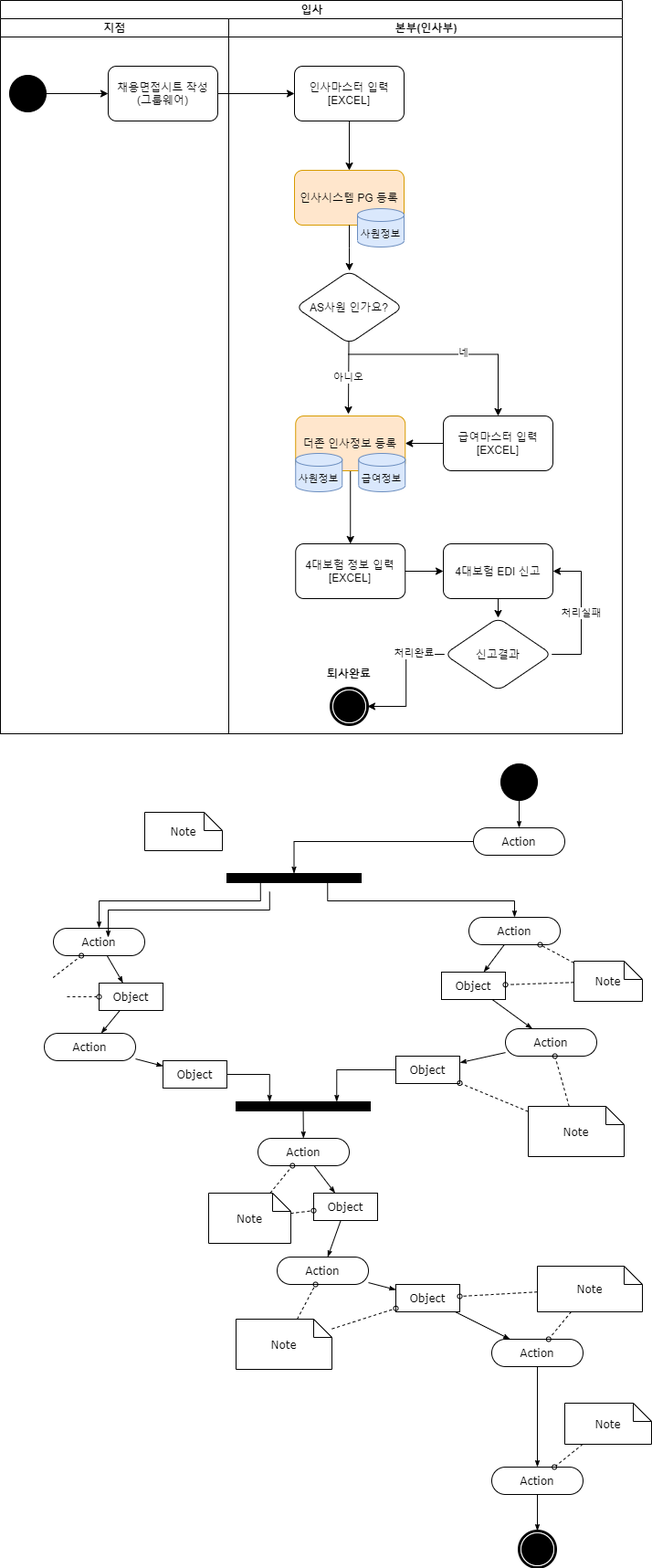
seunggeunjo/Flow-Chart keeps this draw.io diagram as Insa_JoinResignation.drawio.png. Above is the earlier version. Source tidied: cells renumbered, new cells last; positions are measured from the earlier drawing's top-left corner, leaving out a move shared by most shapes.
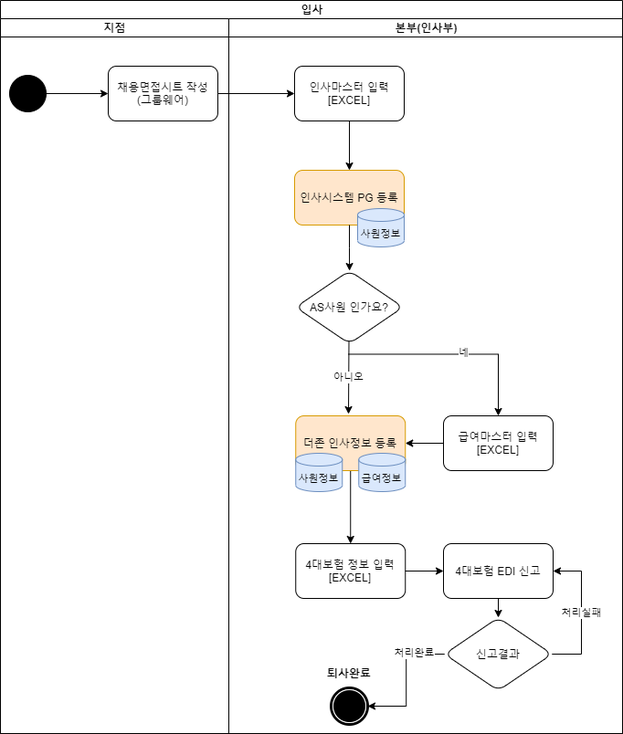
Above is the later version.

Change to the diagram source:
```diff
@@ -107,208 +107,6 @@
     <mxCell id="31" style="edgeStyle=orthogonalEdgeStyle;rounded=0;jettySize=auto;html=1;" parent="2" edge="1" source="4" target="6">
       <mxGeometry relative="1" as="geometry" />
     </mxCell>
-    <mxCell id="32" style="edgeStyle=none;rounded=0;html=1;labelBackgroundColor=none;startArrow=none;startFill=0;startSize=5;endArrow=classicThin;endFill=1;endSize=5;jettySize=auto;strokeWidth=1;fontFamily=Verdana;fontSize=12;" parent="1" edge="1" source="33" target="36">
-      <mxGeometry relative="1" as="geometry" />
-    </mxCell>
-    <mxCell id="33" value="Action" style="rounded=1;whiteSpace=wrap;html=1;shadow=0;comic=0;labelBackgroundColor=none;strokeWidth=1;fontFamily=Verdana;fontSize=12;align=center;arcSize=50;" parent="1" vertex="1">
-      <mxGeometry x="58" y="1016" width="100" height="30" as="geometry" />
-    </mxCell>
-    <mxCell id="34" value="Action" style="rounded=1;whiteSpace=wrap;html=1;shadow=0;comic=0;labelBackgroundColor=none;strokeWidth=1;fontFamily=Verdana;fontSize=12;align=center;arcSize=50;" parent="1" vertex="1">
-      <mxGeometry x="48" y="1131" width="100" height="30" as="geometry" />
-    </mxCell>
-    <mxCell id="35" style="edgeStyle=none;rounded=0;html=1;labelBackgroundColor=none;startArrow=none;startFill=0;startSize=5;endArrow=classicThin;endFill=1;endSize=5;jettySize=auto;strokeWidth=1;fontFamily=Verdana;fontSize=12;" parent="1" edge="1" source="36" target="34">
-      <mxGeometry relative="1" as="geometry" />
-    </mxCell>
-    <mxCell id="36" value="Object" style="rounded=0;whiteSpace=wrap;html=1;shadow=0;comic=0;labelBackgroundColor=none;strokeWidth=1;fontFamily=Verdana;fontSize=12;align=center;arcSize=50;" parent="1" vertex="1">
-      <mxGeometry x="108" y="1076" width="70" height="30" as="geometry" />
-    </mxCell>
-    <mxCell id="37" style="edgeStyle=none;rounded=0;html=1;labelBackgroundColor=none;startArrow=none;startFill=0;startSize=5;endArrow=oval;endFill=0;endSize=5;jettySize=auto;strokeWidth=1;fontFamily=Verdana;fontSize=12;dashed=1;" parent="1" edge="1" target="33">
-      <mxGeometry relative="1" as="geometry">
-        <mxPoint x="57.6" y="1070" as="sourcePoint" />
-      </mxGeometry>
-    </mxCell>
-    <mxCell id="38" style="edgeStyle=none;rounded=0;html=1;dashed=1;labelBackgroundColor=none;startArrow=none;startFill=0;startSize=5;endArrow=oval;endFill=0;endSize=5;jettySize=auto;strokeWidth=1;fontFamily=Verdana;fontSize=12;" parent="1" edge="1" target="36">
-      <mxGeometry relative="1" as="geometry">
-        <mxPoint x="73" y="1091" as="sourcePoint" />
-      </mxGeometry>
-    </mxCell>
-    <mxCell id="39" style="whiteSpace=wrap;html=1;rounded=0;shadow=0;comic=0;labelBackgroundColor=none;strokeWidth=1;fillColor=#000000;fontFamily=Verdana;fontSize=12;align=center;rotation=0;" parent="1" vertex="1">
-      <mxGeometry x="248" y="956" width="147" height="10" as="geometry" />
-    </mxCell>
-    <mxCell id="40" style="edgeStyle=none;rounded=0;html=1;labelBackgroundColor=none;startArrow=none;startFill=0;startSize=5;endArrow=classicThin;endFill=1;endSize=5;jettySize=auto;strokeWidth=1;fontFamily=Verdana;fontSize=12;" parent="1" edge="1" source="41" target="47">
-      <mxGeometry relative="1" as="geometry" />
-    </mxCell>
-    <mxCell id="41" value="Action" style="rounded=1;whiteSpace=wrap;html=1;shadow=0;comic=0;labelBackgroundColor=none;strokeWidth=1;fontFamily=Verdana;fontSize=12;align=center;arcSize=50;" parent="1" vertex="1">
-      <mxGeometry x="282" y="1246" width="100" height="30" as="geometry" />
-    </mxCell>
-    <mxCell id="42" style="edgeStyle=none;rounded=0;html=1;labelBackgroundColor=none;startArrow=none;startFill=0;startSize=5;endArrow=classicThin;endFill=1;endSize=5;jettySize=auto;strokeWidth=1;fontFamily=Verdana;fontSize=12;" parent="1" edge="1" source="43" target="41">
-      <mxGeometry relative="1" as="geometry" />
-    </mxCell>
-    <mxCell id="43" style="whiteSpace=wrap;html=1;rounded=0;shadow=0;comic=0;labelBackgroundColor=none;strokeWidth=1;fillColor=#000000;fontFamily=Verdana;fontSize=12;align=center;rotation=0;" parent="1" vertex="1">
-      <mxGeometry x="258" y="1206" width="147" height="10" as="geometry" />
-    </mxCell>
-    <mxCell id="44" style="edgeStyle=orthogonalEdgeStyle;rounded=0;html=1;entryX=0.25;entryY=0;labelBackgroundColor=none;startArrow=none;startFill=0;startSize=5;endArrow=classicThin;endFill=1;endSize=5;jettySize=auto;strokeWidth=1;fontFamily=Verdana;fontSize=12;" parent="1" edge="1" source="45" target="43">
-      <mxGeometry relative="1" as="geometry" />
-    </mxCell>
-    <mxCell id="45" value="Object" style="rounded=0;whiteSpace=wrap;html=1;shadow=0;comic=0;labelBackgroundColor=none;strokeWidth=1;fontFamily=Verdana;fontSize=12;align=center;arcSize=50;" parent="1" vertex="1">
-      <mxGeometry x="178" y="1161" width="70" height="30" as="geometry" />
-    </mxCell>
-    <mxCell id="46" style="edgeStyle=none;rounded=0;html=1;labelBackgroundColor=none;startArrow=none;startFill=0;startSize=5;endArrow=classicThin;endFill=1;endSize=5;jettySize=auto;strokeWidth=1;fontFamily=Verdana;fontSize=12;" parent="1" edge="1" source="47" target="48">
-      <mxGeometry relative="1" as="geometry" />
-    </mxCell>
-    <mxCell id="47" value="Object" style="rounded=0;whiteSpace=wrap;html=1;shadow=0;comic=0;labelBackgroundColor=none;strokeWidth=1;fontFamily=Verdana;fontSize=12;align=center;arcSize=50;" parent="1" vertex="1">
-      <mxGeometry x="343" y="1306" width="70" height="30" as="geometry" />
-    </mxCell>
-    <mxCell id="48" value="Action" style="rounded=1;whiteSpace=wrap;html=1;shadow=0;comic=0;labelBackgroundColor=none;strokeWidth=1;fontFamily=Verdana;fontSize=12;align=center;arcSize=50;" parent="1" vertex="1">
-      <mxGeometry x="303" y="1376" width="100" height="30" as="geometry" />
-    </mxCell>
-    <mxCell id="49" style="edgeStyle=none;rounded=0;html=1;dashed=1;labelBackgroundColor=none;startArrow=none;startFill=0;startSize=5;endArrow=oval;endFill=0;endSize=5;jettySize=auto;strokeWidth=1;fontFamily=Verdana;fontSize=12;" parent="1" edge="1" source="51" target="41">
-      <mxGeometry relative="1" as="geometry" />
-    </mxCell>
-    <mxCell id="50" style="edgeStyle=none;rounded=0;html=1;dashed=1;labelBackgroundColor=none;startArrow=none;startFill=0;startSize=5;endArrow=oval;endFill=0;endSize=5;jettySize=auto;strokeWidth=1;fontFamily=Verdana;fontSize=12;" parent="1" edge="1" source="51" target="47">
-      <mxGeometry relative="1" as="geometry" />
-    </mxCell>
-    <mxCell id="51" value="Note" style="shape=note;whiteSpace=wrap;html=1;rounded=0;shadow=0;comic=0;labelBackgroundColor=none;strokeWidth=1;fontFamily=Verdana;fontSize=12;align=center;size=20;" parent="1" vertex="1">
-      <mxGeometry x="228" y="1306" width="90" height="55" as="geometry" />
-    </mxCell>
-    <mxCell id="52" style="edgeStyle=none;rounded=0;html=1;dashed=1;labelBackgroundColor=none;startArrow=none;startFill=0;startSize=5;endArrow=oval;endFill=0;endSize=5;jettySize=auto;strokeWidth=1;fontFamily=Verdana;fontSize=12;" parent="1" edge="1" source="53" target="48">
-      <mxGeometry relative="1" as="geometry" />
-    </mxCell>
-    <mxCell id="53" value="Note" style="shape=note;whiteSpace=wrap;html=1;rounded=0;shadow=0;comic=0;labelBackgroundColor=none;strokeWidth=1;fontFamily=Verdana;fontSize=12;align=center;size=20;" parent="1" vertex="1">
-      <mxGeometry x="258" y="1444" width="105" height="55" as="geometry" />
-    </mxCell>
-    <mxCell id="54" style="edgeStyle=orthogonalEdgeStyle;rounded=0;html=1;labelBackgroundColor=none;startArrow=none;startFill=0;startSize=5;endArrow=classicThin;endFill=1;endSize=5;jettySize=auto;strokeWidth=1;fontFamily=Verdana;fontSize=12;" parent="1" edge="1" source="55" target="56">
-      <mxGeometry relative="1" as="geometry" />
-    </mxCell>
-    <mxCell id="55" style="ellipse;whiteSpace=wrap;html=1;rounded=0;shadow=0;comic=0;labelBackgroundColor=none;strokeWidth=1;fillColor=#000000;fontFamily=Verdana;fontSize=12;align=center;" parent="1" vertex="1">
-      <mxGeometry x="548" y="836" width="40" height="40" as="geometry" />
-    </mxCell>
-    <mxCell id="56" value="Action" style="rounded=1;whiteSpace=wrap;html=1;shadow=0;comic=0;labelBackgroundColor=none;strokeWidth=1;fontFamily=Verdana;fontSize=12;align=center;arcSize=50;" parent="1" vertex="1">
-      <mxGeometry x="518" y="906" width="100" height="30" as="geometry" />
-    </mxCell>
-    <mxCell id="57" style="rounded=0;html=1;labelBackgroundColor=none;startArrow=none;startFill=0;startSize=5;endArrow=classicThin;endFill=1;endSize=5;jettySize=auto;strokeWidth=1;fontFamily=Verdana;fontSize=12;" parent="1" edge="1" source="58" target="62">
-      <mxGeometry relative="1" as="geometry" />
-    </mxCell>
-    <mxCell id="58" value="Action" style="rounded=1;whiteSpace=wrap;html=1;shadow=0;comic=0;labelBackgroundColor=none;strokeWidth=1;fontFamily=Verdana;fontSize=12;align=center;arcSize=50;" parent="1" vertex="1">
-      <mxGeometry x="513" y="1004" width="100" height="30" as="geometry" />
-    </mxCell>
-    <mxCell id="59" style="edgeStyle=none;rounded=0;html=1;labelBackgroundColor=none;startArrow=none;startFill=0;startSize=5;endArrow=classicThin;endFill=1;endSize=5;jettySize=auto;strokeWidth=1;fontFamily=Verdana;fontSize=12;" parent="1" edge="1" source="60" target="63">
-      <mxGeometry relative="1" as="geometry" />
-    </mxCell>
-    <mxCell id="60" value="Action" style="rounded=1;whiteSpace=wrap;html=1;shadow=0;comic=0;labelBackgroundColor=none;strokeWidth=1;fontFamily=Verdana;fontSize=12;align=center;arcSize=50;" parent="1" vertex="1">
-      <mxGeometry x="553" y="1126" width="100" height="30" as="geometry" />
-    </mxCell>
-    <mxCell id="61" style="edgeStyle=none;rounded=0;html=1;labelBackgroundColor=none;startArrow=none;startFill=0;startSize=5;endArrow=classicThin;endFill=1;endSize=5;jettySize=auto;strokeWidth=1;fontFamily=Verdana;fontSize=12;" parent="1" edge="1" source="62" target="60">
-      <mxGeometry relative="1" as="geometry" />
-    </mxCell>
-    <mxCell id="62" value="Object" style="rounded=0;whiteSpace=wrap;html=1;shadow=0;comic=0;labelBackgroundColor=none;strokeWidth=1;fontFamily=Verdana;fontSize=12;align=center;arcSize=50;" parent="1" vertex="1">
-      <mxGeometry x="483" y="1064" width="70" height="30" as="geometry" />
-    </mxCell>
-    <mxCell id="63" value="Object" style="rounded=0;whiteSpace=wrap;html=1;shadow=0;comic=0;labelBackgroundColor=none;strokeWidth=1;fontFamily=Verdana;fontSize=12;align=center;arcSize=50;" parent="1" vertex="1">
-      <mxGeometry x="433" y="1156" width="70" height="30" as="geometry" />
-    </mxCell>
-    <mxCell id="64" style="edgeStyle=none;rounded=0;html=1;labelBackgroundColor=none;startArrow=none;startFill=0;startSize=5;endArrow=classicThin;endFill=1;endSize=5;jettySize=auto;strokeWidth=1;fontFamily=Verdana;fontSize=12;" parent="1" edge="1" source="65" target="67">
-      <mxGeometry relative="1" as="geometry" />
-    </mxCell>
-    <mxCell id="65" value="Object" style="rounded=0;whiteSpace=wrap;html=1;shadow=0;comic=0;labelBackgroundColor=none;strokeWidth=1;fontFamily=Verdana;fontSize=12;align=center;arcSize=50;" parent="1" vertex="1">
-      <mxGeometry x="433" y="1406" width="70" height="30" as="geometry" />
-    </mxCell>
-    <mxCell id="66" style="edgeStyle=none;rounded=0;html=1;labelBackgroundColor=none;startArrow=none;startFill=0;startSize=5;endArrow=classicThin;endFill=1;endSize=5;jettySize=auto;strokeWidth=1;fontFamily=Verdana;fontSize=12;" parent="1" edge="1" source="67" target="69">
-      <mxGeometry relative="1" as="geometry" />
-    </mxCell>
-    <mxCell id="67" value="Action" style="rounded=1;whiteSpace=wrap;html=1;shadow=0;comic=0;labelBackgroundColor=none;strokeWidth=1;fontFamily=Verdana;fontSize=12;align=center;arcSize=50;" parent="1" vertex="1">
-      <mxGeometry x="538" y="1466" width="100" height="30" as="geometry" />
-    </mxCell>
-    <mxCell id="68" style="edgeStyle=none;rounded=0;html=1;labelBackgroundColor=none;startArrow=none;startFill=0;startSize=5;endArrow=classicThin;endFill=1;endSize=5;jettySize=auto;strokeWidth=1;fontFamily=Verdana;fontSize=12;" parent="1" edge="1" source="69" target="70">
-      <mxGeometry relative="1" as="geometry" />
-    </mxCell>
-    <mxCell id="69" value="Action" style="rounded=1;whiteSpace=wrap;html=1;shadow=0;comic=0;labelBackgroundColor=none;strokeWidth=1;fontFamily=Verdana;fontSize=12;align=center;arcSize=50;" parent="1" vertex="1">
-      <mxGeometry x="538" y="1606" width="100" height="30" as="geometry" />
-    </mxCell>
-    <mxCell id="70" style="shape=mxgraph.bpmn.shape;html=1;verticalLabelPosition=bottom;labelBackgroundColor=#ffffff;verticalAlign=top;perimeter=ellipsePerimeter;outline=end;symbol=terminate;rounded=0;shadow=0;comic=0;strokeWidth=1;fontFamily=Verdana;fontSize=12;align=center;" parent="1" vertex="1">
-      <mxGeometry x="568" y="1676" width="40" height="40" as="geometry" />
-    </mxCell>
-    <mxCell id="71" style="edgeStyle=none;rounded=0;html=1;dashed=1;labelBackgroundColor=none;startArrow=none;startFill=0;startSize=5;endArrow=oval;endFill=0;endSize=5;jettySize=auto;strokeWidth=1;fontFamily=Verdana;fontSize=12;" parent="1" edge="1" source="73" target="58">
-      <mxGeometry relative="1" as="geometry" />
-    </mxCell>
-    <mxCell id="72" style="edgeStyle=none;rounded=0;html=1;dashed=1;labelBackgroundColor=none;startArrow=none;startFill=0;startSize=5;endArrow=oval;endFill=0;endSize=5;jettySize=auto;strokeWidth=1;fontFamily=Verdana;fontSize=12;" parent="1" edge="1" source="73" target="62">
-      <mxGeometry relative="1" as="geometry" />
-    </mxCell>
-    <mxCell id="73" value="Note" style="shape=note;whiteSpace=wrap;html=1;rounded=0;shadow=0;comic=0;labelBackgroundColor=none;strokeWidth=1;fontFamily=Verdana;fontSize=12;align=center;size=20;" parent="1" vertex="1">
-      <mxGeometry x="628" y="1052" width="75" height="44" as="geometry" />
-    </mxCell>
-    <mxCell id="74" style="edgeStyle=none;rounded=0;html=1;dashed=1;labelBackgroundColor=none;startArrow=none;startFill=0;startSize=5;endArrow=oval;endFill=0;endSize=5;jettySize=auto;strokeWidth=1;fontFamily=Verdana;fontSize=12;" parent="1" edge="1" source="76" target="60">
-      <mxGeometry relative="1" as="geometry" />
-    </mxCell>
-    <mxCell id="75" style="edgeStyle=none;rounded=0;html=1;dashed=1;labelBackgroundColor=none;startArrow=none;startFill=0;startSize=5;endArrow=oval;endFill=0;endSize=5;jettySize=auto;strokeWidth=1;fontFamily=Verdana;fontSize=12;" parent="1" edge="1" source="76" target="63">
-      <mxGeometry relative="1" as="geometry" />
-    </mxCell>
-    <mxCell id="76" value="Note" style="shape=note;whiteSpace=wrap;html=1;rounded=0;shadow=0;comic=0;labelBackgroundColor=none;strokeWidth=1;fontFamily=Verdana;fontSize=12;align=center;size=20;" parent="1" vertex="1">
-      <mxGeometry x="578" y="1211" width="105" height="55" as="geometry" />
-    </mxCell>
-    <mxCell id="77" style="edgeStyle=none;rounded=0;html=1;dashed=1;labelBackgroundColor=none;startArrow=none;startFill=0;startSize=5;endArrow=oval;endFill=0;endSize=5;jettySize=auto;strokeWidth=1;fontFamily=Verdana;fontSize=12;" parent="1" edge="1" source="79" target="67">
-      <mxGeometry relative="1" as="geometry" />
-    </mxCell>
-    <mxCell id="78" style="edgeStyle=none;rounded=0;html=1;dashed=1;labelBackgroundColor=none;startArrow=none;startFill=0;startSize=5;endArrow=oval;endFill=0;endSize=5;jettySize=auto;strokeWidth=1;fontFamily=Verdana;fontSize=12;" parent="1" edge="1" source="79" target="65">
-      <mxGeometry relative="1" as="geometry" />
-    </mxCell>
-    <mxCell id="79" value="Note" style="shape=note;whiteSpace=wrap;html=1;rounded=0;shadow=0;comic=0;labelBackgroundColor=none;strokeWidth=1;fontFamily=Verdana;fontSize=12;align=center;size=20;" parent="1" vertex="1">
-      <mxGeometry x="588" y="1386" width="115" height="50" as="geometry" />
-    </mxCell>
-    <mxCell id="80" style="edgeStyle=none;rounded=0;html=1;dashed=1;labelBackgroundColor=none;startArrow=none;startFill=0;startSize=5;endArrow=oval;endFill=0;endSize=5;jettySize=auto;strokeWidth=1;fontFamily=Verdana;fontSize=12;" parent="1" edge="1" source="81" target="69">
-      <mxGeometry relative="1" as="geometry" />
-    </mxCell>
-    <mxCell id="81" value="Note" style="shape=note;whiteSpace=wrap;html=1;rounded=0;shadow=0;comic=0;labelBackgroundColor=none;strokeWidth=1;fontFamily=Verdana;fontSize=12;align=center;size=20;" parent="1" vertex="1">
-      <mxGeometry x="618" y="1536" width="95" height="45" as="geometry" />
-    </mxCell>
-    <mxCell id="82" style="edgeStyle=orthogonalEdgeStyle;rounded=0;html=1;entryX=0.5;entryY=0;labelBackgroundColor=none;startArrow=none;startFill=0;startSize=5;endArrow=classicThin;endFill=1;endSize=5;jettySize=auto;strokeWidth=1;fontFamily=Verdana;fontSize=12;" parent="1" edge="1" source="56" target="39">
-      <mxGeometry relative="1" as="geometry">
-        <Array as="points">
-          <mxPoint x="322" y="921" />
-        </Array>
-      </mxGeometry>
-    </mxCell>
-    <mxCell id="83" style="edgeStyle=orthogonalEdgeStyle;rounded=0;html=1;exitX=0.75;exitY=1;labelBackgroundColor=none;startArrow=none;startFill=0;startSize=5;endArrow=classicThin;endFill=1;endSize=5;jettySize=auto;strokeWidth=1;fontFamily=Verdana;fontSize=12;" parent="1" edge="1" source="39" target="58">
-      <mxGeometry relative="1" as="geometry">
-        <Array as="points">
-          <mxPoint x="358" y="986" />
-          <mxPoint x="563" y="986" />
-        </Array>
-      </mxGeometry>
-    </mxCell>
-    <mxCell id="84" style="edgeStyle=orthogonalEdgeStyle;rounded=0;html=1;exitX=0.25;exitY=1;entryX=0.5;entryY=0;labelBackgroundColor=none;startArrow=none;startFill=0;startSize=5;endArrow=classicThin;endFill=1;endSize=5;jettySize=auto;strokeWidth=1;fontFamily=Verdana;fontSize=12;" parent="1" edge="1" source="39" target="33">
-      <mxGeometry relative="1" as="geometry">
-        <Array as="points">
-          <mxPoint x="285" y="986" />
-          <mxPoint x="108" y="986" />
-        </Array>
-      </mxGeometry>
-    </mxCell>
-    <mxCell id="85" style="edgeStyle=orthogonalEdgeStyle;rounded=0;html=1;entryX=0.75;entryY=0;labelBackgroundColor=none;startArrow=none;startFill=0;startSize=5;endArrow=classicThin;endFill=1;endSize=5;jettySize=auto;strokeWidth=1;fontFamily=Verdana;fontSize=12;" parent="1" edge="1" source="63" target="43">
-      <mxGeometry relative="1" as="geometry" />
-    </mxCell>
-    <mxCell id="86" style="edgeStyle=none;rounded=0;html=1;labelBackgroundColor=none;startArrow=none;startFill=0;startSize=5;endArrow=classicThin;endFill=1;endSize=5;jettySize=auto;strokeWidth=1;fontFamily=Verdana;fontSize=12;" parent="1" edge="1" source="34" target="45">
-      <mxGeometry relative="1" as="geometry" />
-    </mxCell>
-    <mxCell id="87" style="edgeStyle=none;rounded=0;html=1;labelBackgroundColor=none;startArrow=none;startFill=0;startSize=5;endArrow=classicThin;endFill=1;endSize=5;jettySize=auto;strokeWidth=1;fontFamily=Verdana;fontSize=12;" parent="1" edge="1" source="48" target="65">
-      <mxGeometry relative="1" as="geometry" />
-    </mxCell>
-    <mxCell id="88" style="edgeStyle=none;rounded=0;html=1;dashed=1;labelBackgroundColor=none;startArrow=none;startFill=0;startSize=5;endArrow=oval;endFill=0;endSize=5;jettySize=auto;strokeWidth=1;fontFamily=Verdana;fontSize=12;" parent="1" edge="1" source="53" target="65">
-      <mxGeometry relative="1" as="geometry" />
-    </mxCell>
-    <mxCell id="89" value="Note" style="shape=note;whiteSpace=wrap;html=1;rounded=0;shadow=0;comic=0;labelBackgroundColor=none;strokeWidth=1;fontFamily=Verdana;fontSize=12;align=center;size=20;" parent="1" vertex="1">
-      <mxGeometry x="158" y="889" width="85" height="42" as="geometry" />
-    </mxCell>
-    <mxCell id="90" style="edgeStyle=orthogonalEdgeStyle;rounded=0;html=1;exitX=0.25;exitY=1;entryX=0.5;entryY=0;labelBackgroundColor=none;startArrow=none;startFill=0;startSize=5;endArrow=classicThin;endFill=1;endSize=5;jettySize=auto;orthogonalLoop=1;strokeWidth=1;fontFamily=Verdana;fontSize=12;" parent="1" edge="1">
-      <mxGeometry relative="1" as="geometry">
-        <mxPoint x="294.8" y="976" as="sourcePoint" />
-        <mxPoint x="118" y="1026" as="targetPoint" />
-        <Array as="points">
-          <mxPoint x="295" y="996" />
-          <mxPoint x="118" y="996" />
-        </Array>
-      </mxGeometry>
-    </mxCell>
     <mxCell id="91" style="edgeStyle=orthogonalEdgeStyle;rounded=0;jettySize=auto;html=1;exitX=1;exitY=0.5;exitDx=0;exitDy=0;entryX=0;entryY=0.5;entryDx=0;entryDy=0;fontSize=11;" parent="1" edge="1" source="92" target="4">
       <mxGeometry relative="1" as="geometry" />
     </mxCell>
```
